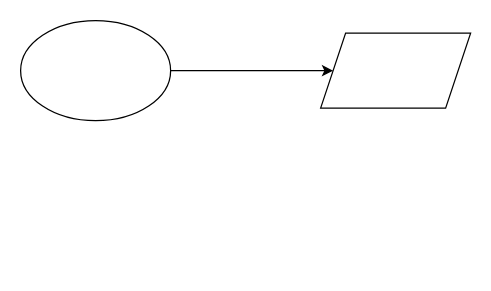
Earlier version of the draw.io diagram 未命名绘图.drawio (HeapStone/draw-file). Source tidied: cells renumbered, new cells numbered last; positions are measured from the earlier drawing's top-left corner, leaving out a move shared by most shapes. Both pictures are drawn from the tidied source at 125%, with x=0, y=0 at pixel (20, 20).
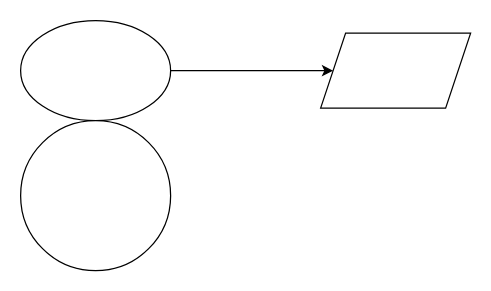
Above is the later version.

The edit, as a diff of the source:
```diff
@@
 <mxGraphModel>
   <root>
     <mxCell id="0" />
     <mxCell id="1" parent="0" />
     <mxCell id="2" style="edgeStyle=orthogonalEdgeStyle;rounded=0;jettySize=auto;html=1;entryX=0;entryY=0.5;entryDx=0;entryDy=0;" parent="1" edge="1" source="3" target="4">
       <mxGeometry relative="1" as="geometry" />
     </mxCell>
     <mxCell id="3" style="ellipse;whiteSpace=wrap;html=1;" parent="1" vertex="1">
       <mxGeometry width="120" height="80" as="geometry" />
     </mxCell>
     <mxCell id="4" style="shape=parallelogram;perimeter=parallelogramPerimeter;whiteSpace=wrap;html=1;fixedSize=1;" parent="1" vertex="1">
       <mxGeometry x="240" y="10" width="120" height="60" as="geometry" />
     </mxCell>
+    <mxCell id="5" style="ellipse;whiteSpace=wrap;html=1;" parent="1" vertex="1">
+      <mxGeometry y="80" width="120" height="120" as="geometry" />
+    </mxCell>
   </root>
 </mxGraphModel>
```
